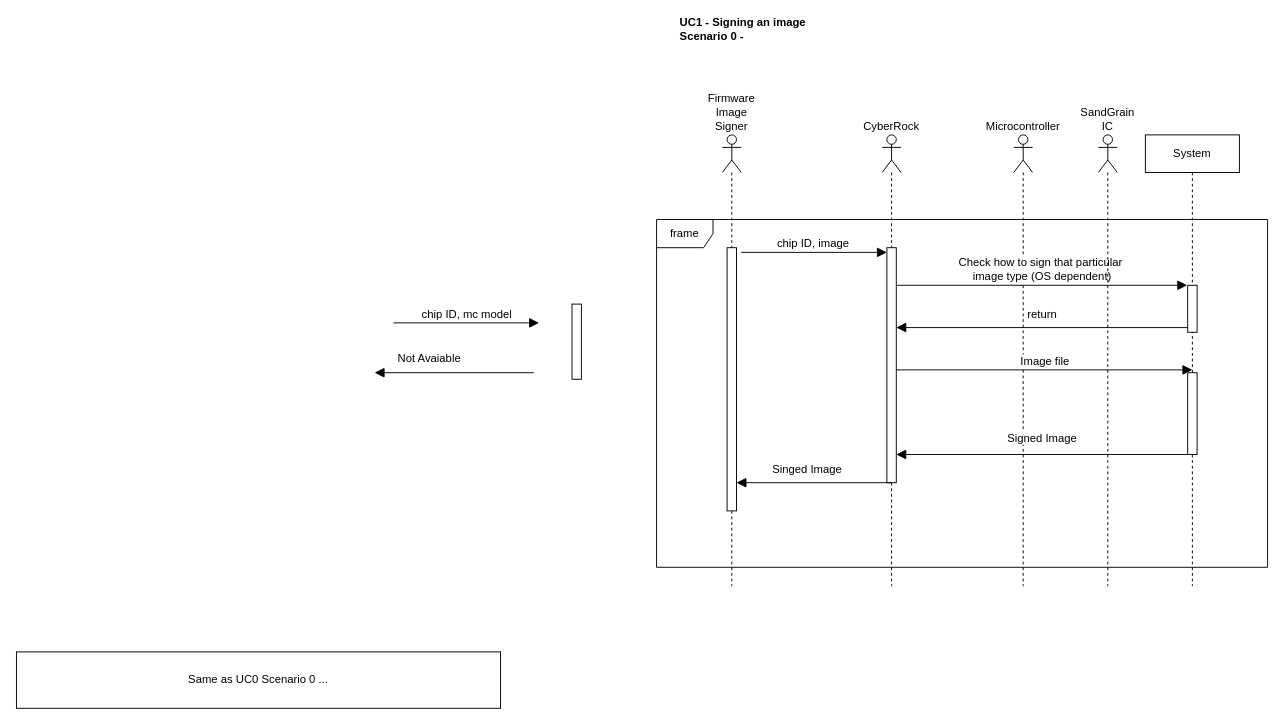
Earlier version of the draw.io diagram page "UC1 - Prepare Image" (2 of 5) of Diagramme sans nom.drawio (EHxuban11/EHxuban11). Source tidied: cells renumbered, new cells numbered last; positions are measured from the earlier drawing's top-left corner, leaving out a move shared by most shapes. Both pictures are drawn from the tidied source at 94%, with x=0, y=0 at pixel (16, 22).
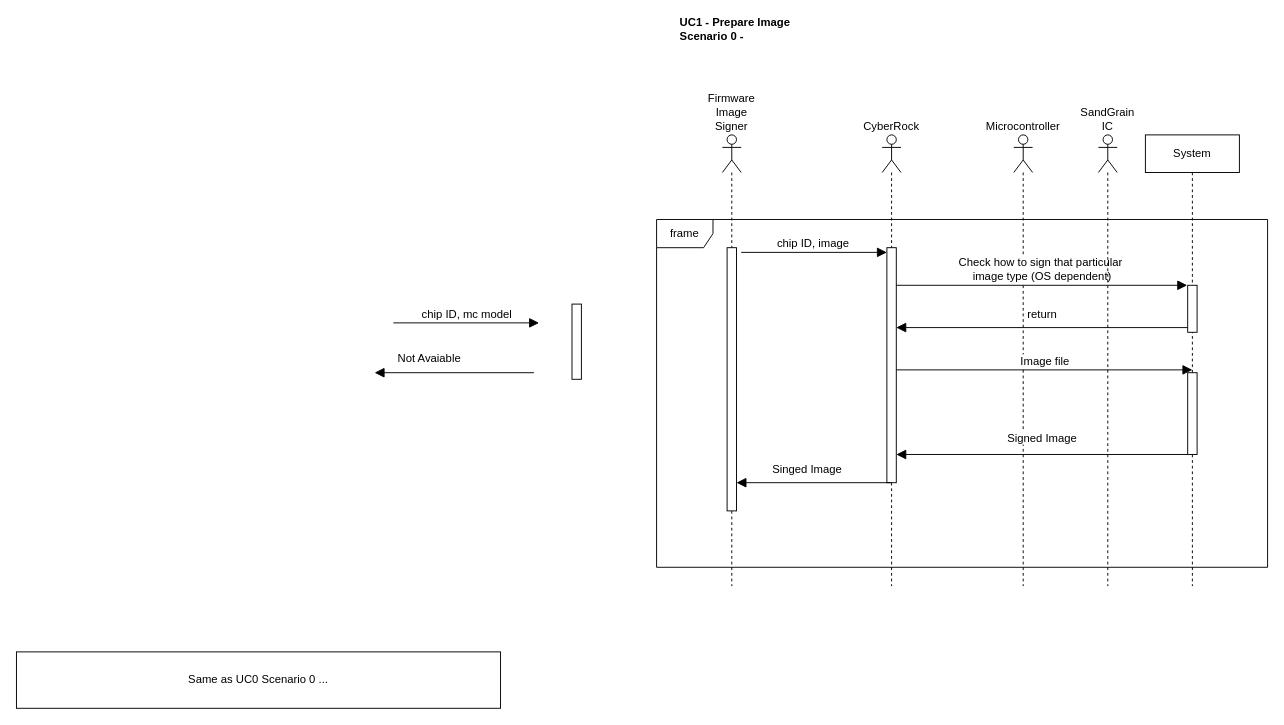
The same diagram, later.

Diff of the diagram source:
```diff
@@
-    <mxCell id="6" value="UC1 - Signing an image&lt;div&gt;Scenario 0 -&amp;nbsp;&lt;/div&gt;" style="text;align=left;fontStyle=1;verticalAlign=middle;spacingLeft=3;spacingRight=3;strokeColor=none;html=1;" parent="1" vertex="1">
+    <mxCell id="6" value="UC1 - Prepare Image&lt;div&gt;Scenario 0 -&amp;nbsp;&lt;/div&gt;" style="text;align=left;fontStyle=1;verticalAlign=middle;spacingLeft=3;spacingRight=3;strokeColor=none;html=1;" parent="1" vertex="1">
       <mxGeometry x="701" width="180" height="16" as="geometry" />
     </mxCell>
```
